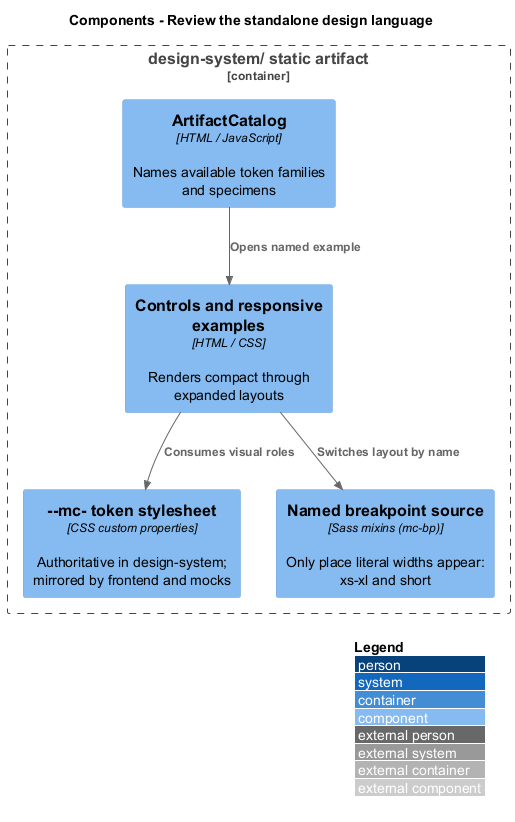
The PlantUML diagram docs/detailed-designs/artifacts/review-design-language/diagrams/c4-component.png in QuinntyneBrown/mission-control, before a commit.
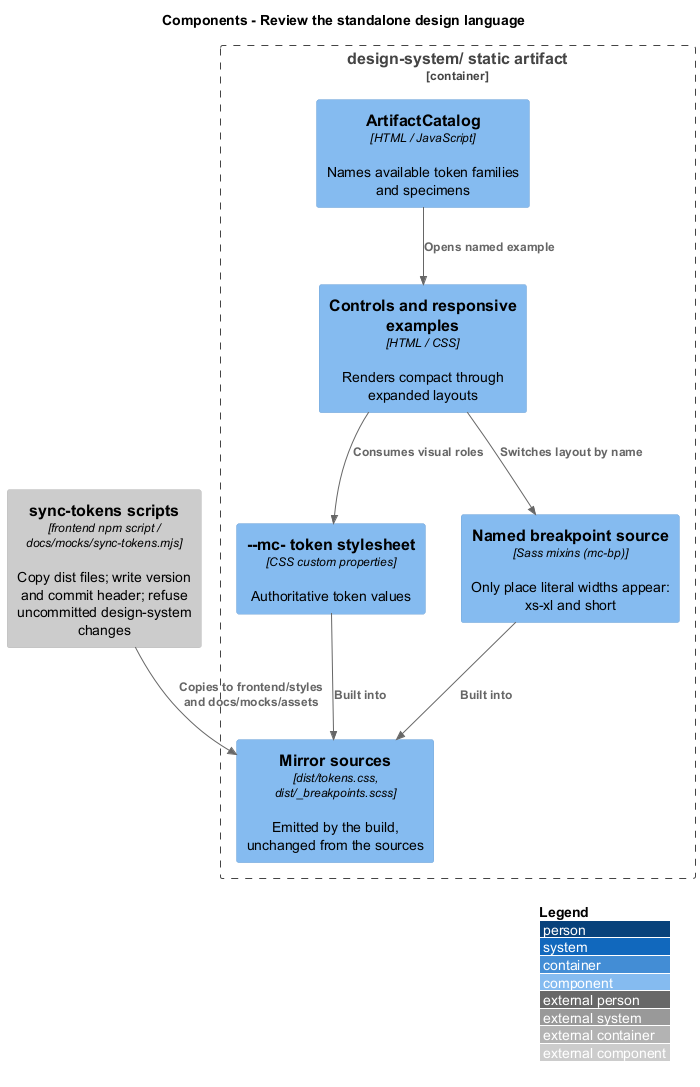
After the change.

Change to the diagram source:
```diff
@@ -5,10 +5,15 @@
 Container_Boundary(site, "design-system/ static artifact") {
   Component(catalog, "ArtifactCatalog", "HTML / JavaScript", "Names available token families and specimens")
   Component(examples, "Controls and responsive examples", "HTML / CSS", "Renders compact through expanded layouts")
-  Component(tokens, "--mc- token stylesheet", "CSS custom properties", "Authoritative in design-system; mirrored by frontend and mocks")
+  Component(tokens, "--mc- token stylesheet", "CSS custom properties", "Authoritative token values")
   Component(breakpoints, "Named breakpoint source", "Sass mixins (mc-bp)", "Only place literal widths appear: xs-xl and short")
+  Component(dist, "Mirror sources", "dist/tokens.css, dist/_breakpoints.scss", "Emitted by the build, unchanged from the sources")
 }
+Component_Ext(sync, "sync-tokens scripts", "frontend npm script / docs/mocks/sync-tokens.mjs", "Copy dist files; write version and commit header; refuse uncommitted design-system changes")
 Rel(catalog, examples, "Opens named example")
 Rel(examples, tokens, "Consumes visual roles")
 Rel(examples, breakpoints, "Switches layout by name")
+Rel(tokens, dist, "Built into")
+Rel(breakpoints, dist, "Built into")
+Rel(sync, dist, "Copies to frontend/styles and docs/mocks/assets")
 @enduml
```
